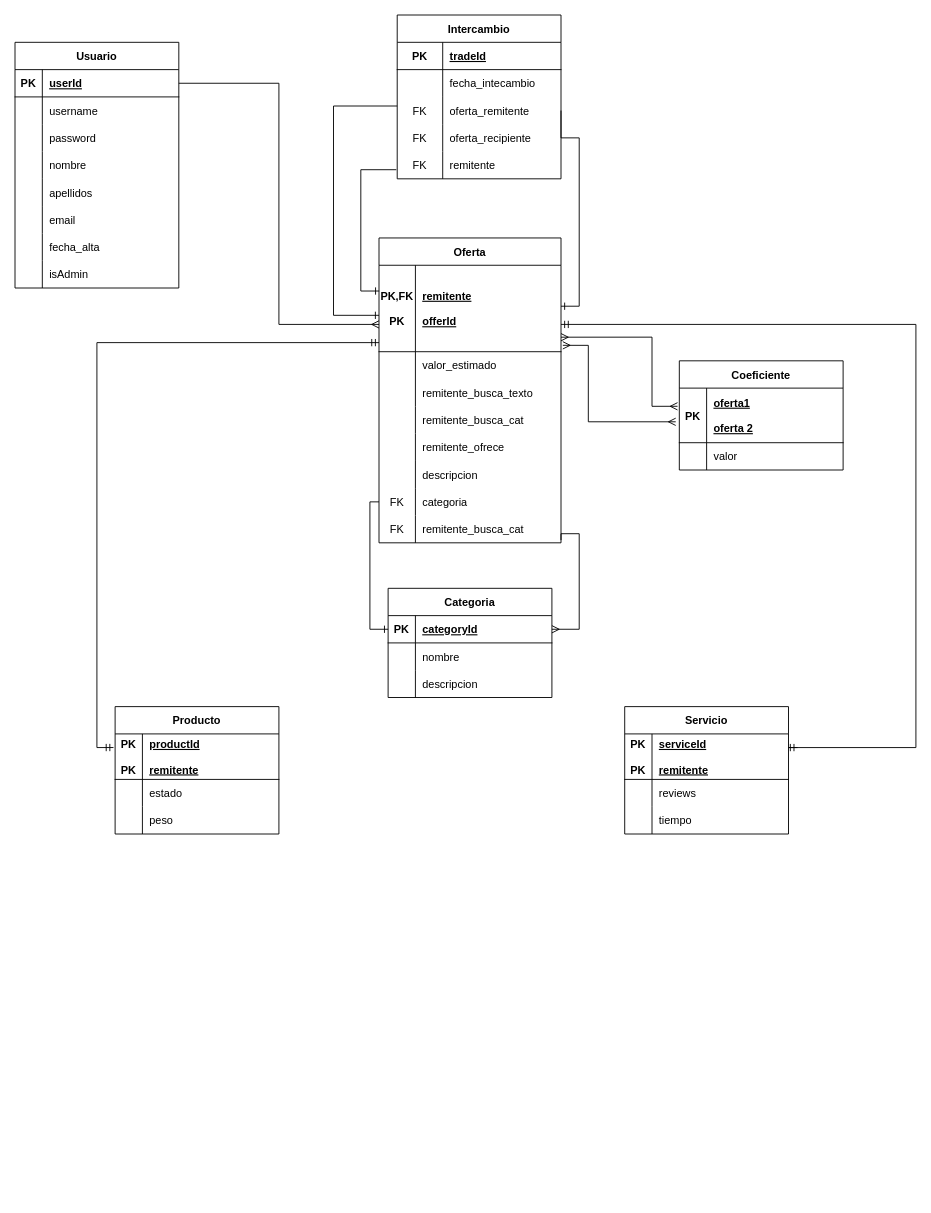
Earlier version of the draw.io diagram ERD 01.drawio (Tomasdelpinorep/Proyecto-Final). Source tidied: cells renumbered, new cells numbered last; positions are measured from the earlier drawing's top-left corner, leaving out a move shared by most shapes. Both pictures are drawn from the tidied source at 91%, with x=0, y=0 at pixel (15, 15).
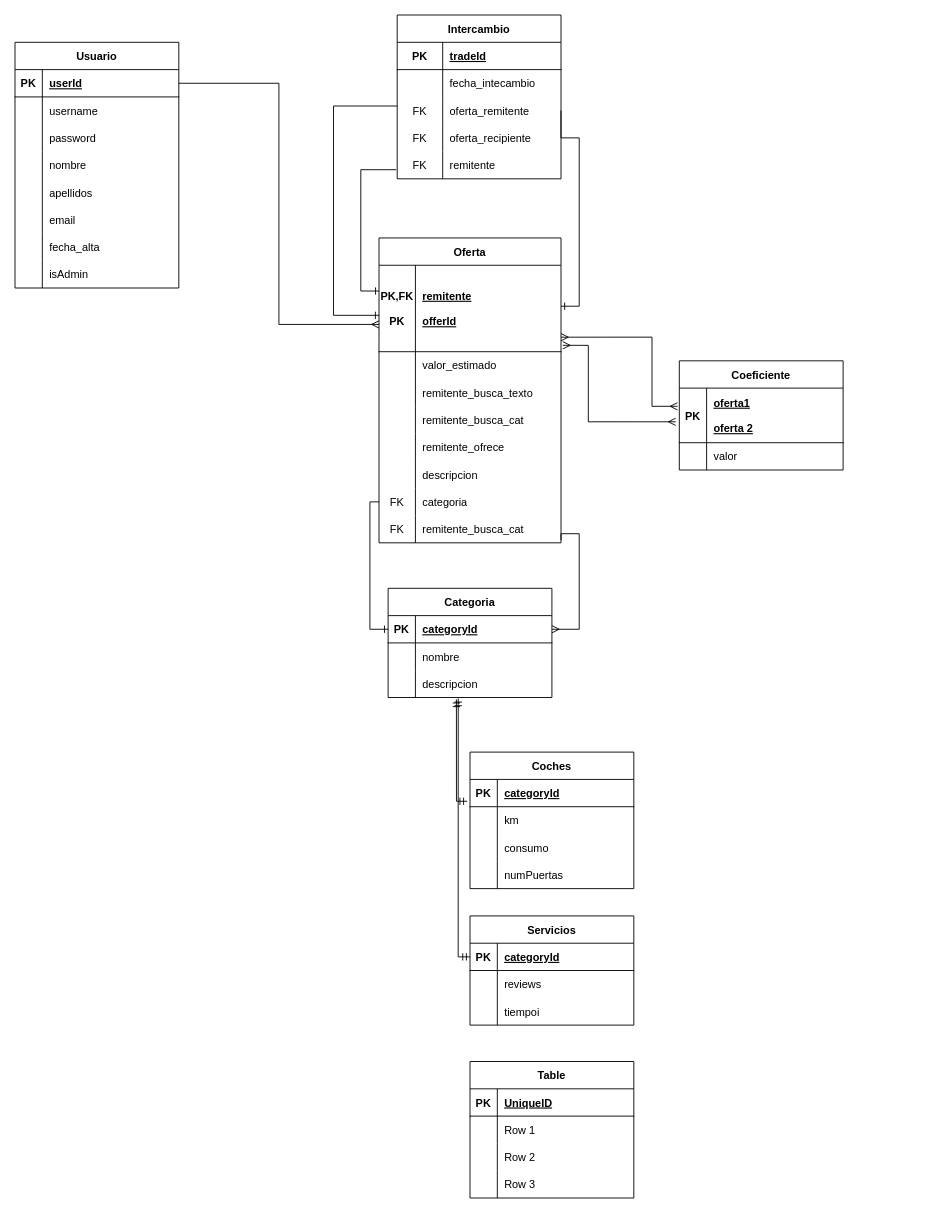
After the change.

Commit message (it also covers changes not shown here):
new idea in the ERD

Unchanged cells that the change refers to:
```xml
<mxCell id="79" style="shape=tableRow;horizontal=0;startSize=0;swimlaneHead=0;swimlaneBody=0;fillColor=none;points=[[0,0.5],[1,0.5]];portConstraint=eastwest;top=0;left=0;right=0;bottom=0;" parent="72" vertex="1">
  <mxGeometry y="90" width="180" height="30" as="geometry" />
</mxCell>
```

What changed in the source:
```diff
@@
-    <mxCell id="27" value="Producto" style="shape=table;startSize=30;childLayout=tableLayout;rowLines=0;fontStyle=1;align=center;" parent="1" vertex="1">
-      <mxGeometry x="110" y="760" width="180" height="140" as="geometry" />
-    </mxCell>
-    <mxCell id="28" style="shape=tableRow;horizontal=0;startSize=0;swimlaneHead=0;swimlaneBody=0;fillColor=none;points=[[0,0.5],[1,0.5]];portConstraint=eastwest;top=0;left=0;right=0;bottom=1;" parent="27" vertex="1">
-      <mxGeometry y="30" width="180" height="50" as="geometry" />
-    </mxCell>
-    <mxCell id="29" value="PK&#10;&#10;PK" style="shape=partialRectangle;fillColor=none;top=0;left=0;bottom=0;right=0;fontStyle=1;overflow=hidden;" parent="28" vertex="1">
-      <mxGeometry width="30" height="50" as="geometry" />
-    </mxCell>
-    <mxCell id="30" value="productId&#10;&#10;remitente" style="shape=partialRectangle;fillColor=none;top=0;left=0;bottom=0;right=0;align=left;spacingLeft=6;fontStyle=5;overflow=hidden;" parent="28" vertex="1">
-      <mxGeometry x="30" width="150" height="50" as="geometry" />
-    </mxCell>
-    <mxCell id="31" style="shape=tableRow;horizontal=0;startSize=0;swimlaneHead=0;swimlaneBody=0;fillColor=none;top=0;left=0;right=0;bottom=0;" parent="27" vertex="1">
-      <mxGeometry y="80" width="180" height="30" as="geometry" />
-    </mxCell>
-    <mxCell id="32" style="shape=partialRectangle;fillColor=none;top=0;left=0;bottom=0;right=0;overflow=hidden;" parent="31" vertex="1">
-      <mxGeometry width="30" height="30" as="geometry" />
-    </mxCell>
-    <mxCell id="33" value="estado" style="shape=partialRectangle;fillColor=none;top=0;left=0;bottom=0;right=0;align=left;spacingLeft=6;overflow=hidden;" parent="31" vertex="1">
-      <mxGeometry x="30" width="150" height="30" as="geometry" />
-    </mxCell>
-    <mxCell id="34" style="shape=tableRow;horizontal=0;startSize=0;swimlaneHead=0;swimlaneBody=0;fillColor=none;top=0;left=0;right=0;bottom=0;" parent="27" vertex="1">
-      <mxGeometry y="110" width="180" height="30" as="geometry" />
-    </mxCell>
-    <mxCell id="35" style="shape=partialRectangle;fillColor=none;top=0;left=0;bottom=0;right=0;overflow=hidden;" parent="34" vertex="1">
-      <mxGeometry width="30" height="30" as="geometry" />
-    </mxCell>
-    <mxCell id="36" value="peso" style="shape=partialRectangle;fillColor=none;top=0;left=0;bottom=0;right=0;align=left;spacingLeft=6;overflow=hidden;" parent="34" vertex="1">
-      <mxGeometry x="30" width="150" height="30" as="geometry" />
-    </mxCell>
-    <mxCell id="37" value="Servicio" style="shape=table;startSize=30;childLayout=tableLayout;rowLines=0;fontStyle=1;align=center;" parent="1" vertex="1">
-      <mxGeometry x="670" y="760" width="180" height="140" as="geometry" />
-    </mxCell>
-    <mxCell id="38" style="shape=tableRow;horizontal=0;startSize=0;swimlaneHead=0;swimlaneBody=0;fillColor=none;top=0;left=0;right=0;bottom=1;" parent="37" vertex="1">
-      <mxGeometry y="30" width="180" height="50" as="geometry" />
-    </mxCell>
-    <mxCell id="39" value="PK&#10;&#10;PK" style="shape=partialRectangle;fillColor=none;top=0;left=0;bottom=0;right=0;fontStyle=1;overflow=hidden;" parent="38" vertex="1">
-      <mxGeometry width="30" height="50" as="geometry" />
-    </mxCell>
-    <mxCell id="40" value="serviceId&#10;&#10;remitente" style="shape=partialRectangle;fillColor=none;top=0;left=0;bottom=0;right=0;align=left;spacingLeft=6;fontStyle=5;overflow=hidden;" parent="38" vertex="1">
-      <mxGeometry x="30" width="150" height="50" as="geometry" />
-    </mxCell>
-    <mxCell id="41" style="shape=tableRow;horizontal=0;startSize=0;swimlaneHead=0;swimlaneBody=0;fillColor=none;top=0;left=0;right=0;bottom=0;" parent="37" vertex="1">
-      <mxGeometry y="80" width="180" height="30" as="geometry" />
-    </mxCell>
-    <mxCell id="42" style="shape=partialRectangle;fillColor=none;top=0;left=0;bottom=0;right=0;overflow=hidden;" parent="41" vertex="1">
-      <mxGeometry width="30" height="30" as="geometry" />
-    </mxCell>
-    <mxCell id="43" value="reviews" style="shape=partialRectangle;fillColor=none;top=0;left=0;bottom=0;right=0;align=left;spacingLeft=6;overflow=hidden;" parent="41" vertex="1">
-      <mxGeometry x="30" width="150" height="30" as="geometry" />
-    </mxCell>
-    <mxCell id="44" style="shape=tableRow;horizontal=0;startSize=0;swimlaneHead=0;swimlaneBody=0;fillColor=none;top=0;left=0;right=0;bottom=0;" parent="37" vertex="1">
-      <mxGeometry y="110" width="180" height="30" as="geometry" />
-    </mxCell>
-    <mxCell id="45" style="shape=partialRectangle;fillColor=none;top=0;left=0;bottom=0;right=0;overflow=hidden;" parent="44" vertex="1">
-      <mxGeometry width="30" height="30" as="geometry" />
-    </mxCell>
-    <mxCell id="46" value="tiempo" style="shape=partialRectangle;fillColor=none;top=0;left=0;bottom=0;right=0;align=left;spacingLeft=6;overflow=hidden;" parent="44" vertex="1">
-      <mxGeometry x="30" width="150" height="30" as="geometry" />
-    </mxCell>
@@
-    <mxCell id="98" style="edgeStyle=orthogonalEdgeStyle;fontSize=12;html=1;endArrow=ERmandOne;startArrow=ERmandOne;rounded=0;exitX=-0.01;exitY=0.299;exitDx=0;exitDy=0;exitPerimeter=0;" parent="1" edge="1" source="28">
-      <mxGeometry relative="1" as="geometry">
-        <mxPoint x="400" y="360" as="targetPoint" />
-        <Array as="points">
-          <mxPoint x="90" y="805" />
-          <mxPoint x="90" y="360" />
-        </Array>
-      </mxGeometry>
-    </mxCell>
@@
-    <mxCell id="102" style="edgeStyle=orthogonalEdgeStyle;fontSize=12;html=1;endArrow=ERmandOne;startArrow=ERmandOne;rounded=0;" parent="1" edge="1">
-      <mxGeometry relative="1" as="geometry">
-        <mxPoint x="860" y="805" as="sourcePoint" />
-        <mxPoint x="600" y="340" as="targetPoint" />
-        <Array as="points">
-          <mxPoint x="850" y="805" />
-          <mxPoint x="990" y="805" />
-          <mxPoint x="990" y="340" />
-        </Array>
-      </mxGeometry>
-    </mxCell>
@@
+    <mxCell id="115" value="Coches" style="shape=table;startSize=30;childLayout=tableLayout;rowLines=0;fontStyle=1;align=center;" parent="1" vertex="1">
+      <mxGeometry x="500" y="810" width="180" height="150" as="geometry" />
+    </mxCell>
+    <mxCell id="116" style="shape=tableRow;horizontal=0;startSize=0;swimlaneHead=0;swimlaneBody=0;fillColor=none;points=[[0,0.5],[1,0.5]];portConstraint=eastwest;top=0;left=0;right=0;bottom=1;" parent="115" vertex="1">
+      <mxGeometry y="30" width="180" height="30" as="geometry" />
+    </mxCell>
+    <mxCell id="117" value="PK" style="shape=partialRectangle;fillColor=none;top=0;left=0;bottom=0;right=0;fontStyle=1;overflow=hidden;" parent="116" vertex="1">
+      <mxGeometry width="30" height="30" as="geometry" />
+    </mxCell>
+    <mxCell id="118" value="categoryId" style="shape=partialRectangle;fillColor=none;top=0;left=0;bottom=0;right=0;align=left;spacingLeft=6;fontStyle=5;overflow=hidden;" parent="116" vertex="1">
+      <mxGeometry x="30" width="150" height="30" as="geometry" />
+    </mxCell>
+    <mxCell id="119" style="shape=tableRow;horizontal=0;startSize=0;swimlaneHead=0;swimlaneBody=0;fillColor=none;top=0;left=0;right=0;bottom=0;" parent="115" vertex="1">
+      <mxGeometry y="60" width="180" height="30" as="geometry" />
+    </mxCell>
+    <mxCell id="120" style="shape=partialRectangle;fillColor=none;top=0;left=0;bottom=0;right=0;overflow=hidden;" parent="119" vertex="1">
+      <mxGeometry width="30" height="30" as="geometry" />
+    </mxCell>
+    <mxCell id="121" value="km" style="shape=partialRectangle;fillColor=none;top=0;left=0;bottom=0;right=0;align=left;spacingLeft=6;overflow=hidden;" parent="119" vertex="1">
+      <mxGeometry x="30" width="150" height="30" as="geometry" />
+    </mxCell>
+    <mxCell id="122" style="shape=tableRow;horizontal=0;startSize=0;swimlaneHead=0;swimlaneBody=0;fillColor=none;top=0;left=0;right=0;bottom=0;" parent="115" vertex="1">
+      <mxGeometry y="90" width="180" height="30" as="geometry" />
+    </mxCell>
+    <mxCell id="123" style="shape=partialRectangle;fillColor=none;top=0;left=0;bottom=0;right=0;overflow=hidden;" parent="122" vertex="1">
+      <mxGeometry width="30" height="30" as="geometry" />
+    </mxCell>
+    <mxCell id="124" value="consumo" style="shape=partialRectangle;fillColor=none;top=0;left=0;bottom=0;right=0;align=left;spacingLeft=6;overflow=hidden;" parent="122" vertex="1">
+      <mxGeometry x="30" width="150" height="30" as="geometry" />
+    </mxCell>
+    <mxCell id="125" style="shape=tableRow;horizontal=0;startSize=0;swimlaneHead=0;swimlaneBody=0;fillColor=none;top=0;left=0;right=0;bottom=0;" parent="115" vertex="1">
+      <mxGeometry y="120" width="180" height="30" as="geometry" />
+    </mxCell>
+    <mxCell id="126" style="shape=partialRectangle;fillColor=none;top=0;left=0;bottom=0;right=0;overflow=hidden;" parent="125" vertex="1">
+      <mxGeometry width="30" height="30" as="geometry" />
+    </mxCell>
+    <mxCell id="127" value="numPuertas" style="shape=partialRectangle;fillColor=none;top=0;left=0;bottom=0;right=0;align=left;spacingLeft=6;overflow=hidden;" parent="125" vertex="1">
+      <mxGeometry x="30" width="150" height="30" as="geometry" />
+    </mxCell>
+    <mxCell id="128" value="Servicios" style="shape=table;startSize=30;childLayout=tableLayout;rowLines=0;fontStyle=1;align=center;" parent="1" vertex="1">
+      <mxGeometry x="500" y="990" width="180" height="120" as="geometry" />
+    </mxCell>
+    <mxCell id="129" style="shape=tableRow;horizontal=0;startSize=0;swimlaneHead=0;swimlaneBody=0;fillColor=none;points=[[0,0.5],[1,0.5]];portConstraint=eastwest;top=0;left=0;right=0;bottom=1;" parent="128" vertex="1">
+      <mxGeometry y="30" width="180" height="30" as="geometry" />
+    </mxCell>
+    <mxCell id="130" value="PK" style="shape=partialRectangle;fillColor=none;top=0;left=0;bottom=0;right=0;fontStyle=1;overflow=hidden;" parent="129" vertex="1">
+      <mxGeometry width="30" height="30" as="geometry" />
+    </mxCell>
+    <mxCell id="131" value="categoryId" style="shape=partialRectangle;fillColor=none;top=0;left=0;bottom=0;right=0;align=left;spacingLeft=6;fontStyle=5;overflow=hidden;" parent="129" vertex="1">
+      <mxGeometry x="30" width="150" height="30" as="geometry" />
+    </mxCell>
+    <mxCell id="132" style="shape=tableRow;horizontal=0;startSize=0;swimlaneHead=0;swimlaneBody=0;fillColor=none;top=0;left=0;right=0;bottom=0;" parent="128" vertex="1">
+      <mxGeometry y="60" width="180" height="30" as="geometry" />
+    </mxCell>
+    <mxCell id="133" style="shape=partialRectangle;fillColor=none;top=0;left=0;bottom=0;right=0;overflow=hidden;" parent="132" vertex="1">
+      <mxGeometry width="30" height="30" as="geometry" />
+    </mxCell>
+    <mxCell id="43" value="reviews" style="shape=partialRectangle;fillColor=none;top=0;left=0;bottom=0;right=0;align=left;spacingLeft=6;overflow=hidden;" parent="132" vertex="1">
+      <mxGeometry x="30" width="150" height="30" as="geometry" />
+    </mxCell>
+    <mxCell id="134" style="shape=tableRow;horizontal=0;startSize=0;swimlaneHead=0;swimlaneBody=0;fillColor=none;top=0;left=0;right=0;bottom=0;" parent="128" vertex="1">
+      <mxGeometry y="90" width="180" height="30" as="geometry" />
+    </mxCell>
+    <mxCell id="135" style="shape=partialRectangle;fillColor=none;top=0;left=0;bottom=0;right=0;overflow=hidden;" parent="134" vertex="1">
+      <mxGeometry width="30" height="30" as="geometry" />
+    </mxCell>
+    <mxCell id="136" value="tiempoi" style="shape=partialRectangle;fillColor=none;top=0;left=0;bottom=0;right=0;align=left;spacingLeft=6;overflow=hidden;" parent="134" vertex="1">
+      <mxGeometry x="30" width="150" height="30" as="geometry" />
+    </mxCell>
+    <mxCell id="137" style="edgeStyle=orthogonalEdgeStyle;fontSize=12;html=1;endArrow=ERmandOne;startArrow=ERmandOne;rounded=0;entryX=-0.017;entryY=0.8;entryDx=0;entryDy=0;entryPerimeter=0;exitX=0.417;exitY=1.067;exitDx=0;exitDy=0;exitPerimeter=0;" parent="1" edge="1" source="79" target="116">
+      <mxGeometry relative="1" as="geometry">
+        <Array as="points">
+          <mxPoint x="485" y="864" />
+        </Array>
+      </mxGeometry>
+    </mxCell>
+    <mxCell id="138" style="edgeStyle=orthogonalEdgeStyle;fontSize=12;html=1;endArrow=ERmandOne;startArrow=ERmandOne;rounded=0;entryX=0.428;entryY=1.033;entryDx=0;entryDy=0;entryPerimeter=0;exitX=0;exitY=0.5;exitDx=0;exitDy=0;" parent="1" edge="1" source="129" target="79">
+      <mxGeometry relative="1" as="geometry" />
+    </mxCell>
+    <mxCell id="139" value="Table" style="shape=table;startSize=30;childLayout=tableLayout;rowLines=0;fontStyle=1;align=center;" parent="1" vertex="1">
+      <mxGeometry x="500" y="1150" width="180" height="150" as="geometry" />
+    </mxCell>
+    <mxCell id="140" style="shape=tableRow;horizontal=0;startSize=0;swimlaneHead=0;swimlaneBody=0;fillColor=none;top=0;left=0;right=0;bottom=1;" parent="139" vertex="1">
+      <mxGeometry y="30" width="180" height="30" as="geometry" />
+    </mxCell>
+    <mxCell id="141" value="PK" style="shape=partialRectangle;fillColor=none;top=0;left=0;bottom=0;right=0;fontStyle=1;overflow=hidden;" parent="140" vertex="1">
+      <mxGeometry width="30" height="30" as="geometry" />
+    </mxCell>
+    <mxCell id="142" value="UniqueID" style="shape=partialRectangle;fillColor=none;top=0;left=0;bottom=0;right=0;align=left;spacingLeft=6;fontStyle=5;overflow=hidden;" parent="140" vertex="1">
+      <mxGeometry x="30" width="150" height="30" as="geometry" />
+    </mxCell>
+    <mxCell id="143" style="shape=tableRow;horizontal=0;startSize=0;swimlaneHead=0;swimlaneBody=0;fillColor=none;top=0;left=0;right=0;bottom=0;" parent="139" vertex="1">
+      <mxGeometry y="60" width="180" height="30" as="geometry" />
+    </mxCell>
+    <mxCell id="144" style="shape=partialRectangle;fillColor=none;top=0;left=0;bottom=0;right=0;overflow=hidden;" parent="143" vertex="1">
+      <mxGeometry width="30" height="30" as="geometry" />
+    </mxCell>
+    <mxCell id="145" value="Row 1" style="shape=partialRectangle;fillColor=none;top=0;left=0;bottom=0;right=0;align=left;spacingLeft=6;overflow=hidden;" parent="143" vertex="1">
+      <mxGeometry x="30" width="150" height="30" as="geometry" />
+    </mxCell>
+    <mxCell id="146" style="shape=tableRow;horizontal=0;startSize=0;swimlaneHead=0;swimlaneBody=0;fillColor=none;top=0;left=0;right=0;bottom=0;" parent="139" vertex="1">
+      <mxGeometry y="90" width="180" height="30" as="geometry" />
+    </mxCell>
+    <mxCell id="147" style="shape=partialRectangle;fillColor=none;top=0;left=0;bottom=0;right=0;overflow=hidden;" parent="146" vertex="1">
+      <mxGeometry width="30" height="30" as="geometry" />
+    </mxCell>
+    <mxCell id="148" value="Row 2" style="shape=partialRectangle;fillColor=none;top=0;left=0;bottom=0;right=0;align=left;spacingLeft=6;overflow=hidden;" parent="146" vertex="1">
+      <mxGeometry x="30" width="150" height="30" as="geometry" />
+    </mxCell>
+    <mxCell id="149" style="shape=tableRow;horizontal=0;startSize=0;swimlaneHead=0;swimlaneBody=0;fillColor=none;top=0;left=0;right=0;bottom=0;" parent="139" vertex="1">
+      <mxGeometry y="120" width="180" height="30" as="geometry" />
+    </mxCell>
+    <mxCell id="150" style="shape=partialRectangle;fillColor=none;top=0;left=0;bottom=0;right=0;overflow=hidden;" parent="149" vertex="1">
+      <mxGeometry width="30" height="30" as="geometry" />
+    </mxCell>
+    <mxCell id="151" value="Row 3" style="shape=partialRectangle;fillColor=none;top=0;left=0;bottom=0;right=0;align=left;spacingLeft=6;overflow=hidden;" parent="149" vertex="1">
+      <mxGeometry x="30" width="150" height="30" as="geometry" />
+    </mxCell>
```
